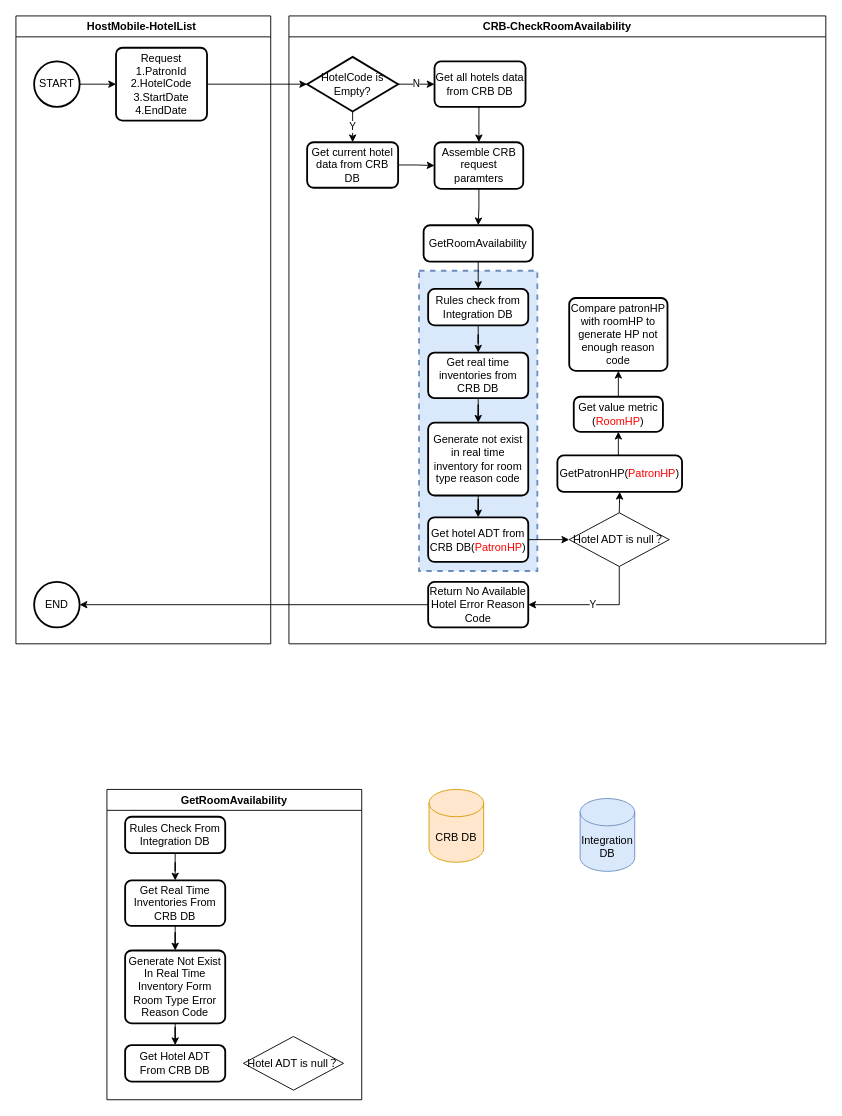
This is HotelList.drawio from xiaobao0706/drawio, a draw.io file, before an edit. Source tidied: cells renumbered, new cells numbered last; positions are measured from the earlier drawing's top-left corner, leaving out a move shared by most shapes. Both pictures are drawn from the tidied source at 91%, with x=0, y=0 at pixel (15, 15).
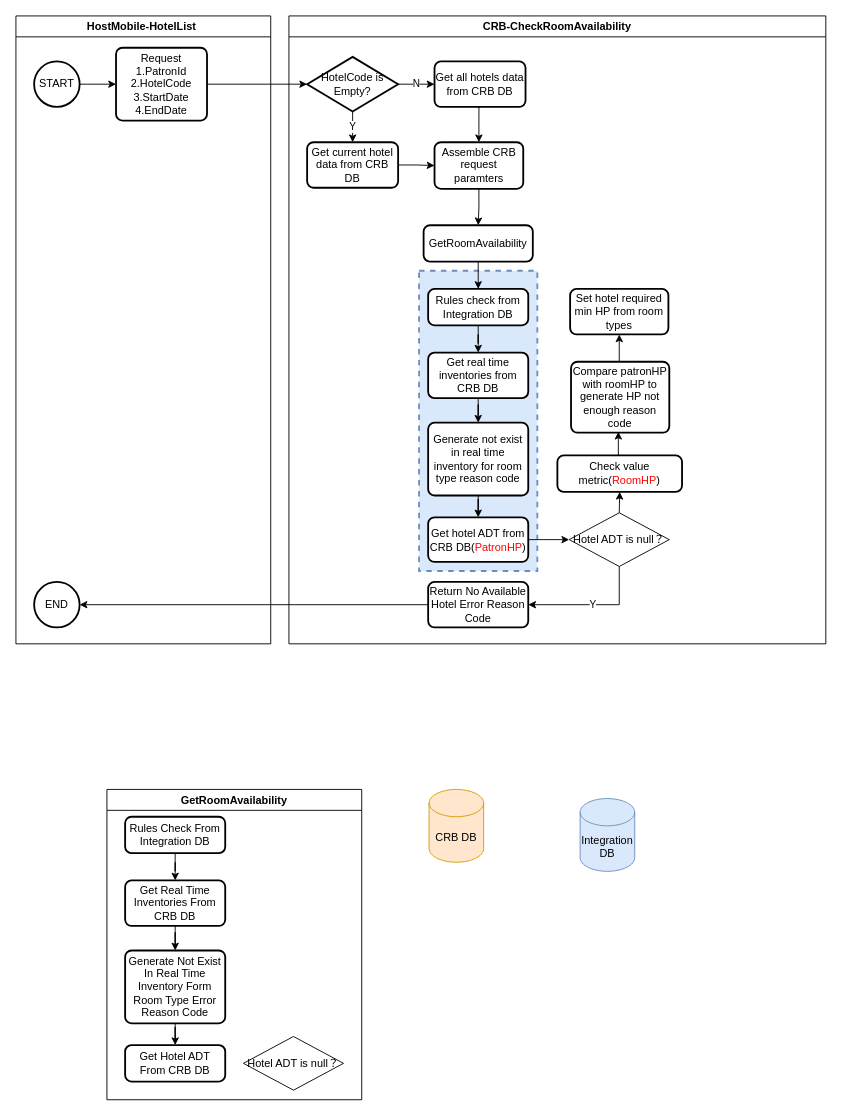
The same page after the edit.

Unchanged cells that the change refers to:
```xml
<mxCell id="7" value="CRB-CheckRoomAvailability" style="swimlane;startSize=23;" parent="1" vertex="1">
  <mxGeometry x="300" width="590" height="690" as="geometry" />
</mxCell>
```

Diff of the diagram source:
```diff
@@
-    <mxCell id="32" style="edgeStyle=orthogonalEdgeStyle;rounded=0;jettySize=auto;html=1;exitX=0.5;exitY=0;exitDx=0;exitDy=0;entryX=0.5;entryY=1;entryDx=0;entryDy=0;fontColor=#000000;" parent="7" edge="1" source="33" target="34">
-      <mxGeometry relative="1" as="geometry" />
-    </mxCell>
-    <mxCell id="33" value="&lt;font color=&quot;#000000&quot;&gt;Get value metric (&lt;/font&gt;RoomHP&lt;font color=&quot;#000000&quot;&gt;)&lt;/font&gt;" style="rounded=1;whiteSpace=wrap;html=1;absoluteArcSize=1;arcSize=14;strokeWidth=2;fontColor=#FF0000;" parent="7" vertex="1">
-      <mxGeometry x="313" y="418.5" width="98" height="38.5" as="geometry" />
-    </mxCell>
+    <mxCell id="51" style="edgeStyle=orthogonalEdgeStyle;rounded=0;jettySize=auto;html=1;exitX=0.5;exitY=0;exitDx=0;exitDy=0;entryX=0.5;entryY=1;entryDx=0;entryDy=0;fontColor=#FF0000;" parent="7" edge="1" source="34" target="52">
+      <mxGeometry relative="1" as="geometry" />
+    </mxCell>
     <mxCell id="34" value="&lt;font color=&quot;#000000&quot;&gt;Compare patronHP with roomHP to generate HP not enough reason code&lt;/font&gt;" style="rounded=1;whiteSpace=wrap;html=1;absoluteArcSize=1;arcSize=14;strokeWidth=2;fontColor=#FF0000;" parent="7" vertex="1">
-      <mxGeometry x="308" y="310" width="108" height="80" as="geometry" />
+      <mxGeometry x="310" y="380" width="108" height="78" as="geometry" />
     </mxCell>
+    <mxCell id="52" value="&lt;font color=&quot;#000000&quot;&gt;Set hotel required min HP from room types&lt;/font&gt;" style="rounded=1;whiteSpace=wrap;html=1;absoluteArcSize=1;arcSize=14;strokeWidth=2;fontColor=#FF0000;" parent="7" vertex="1">
+      <mxGeometry x="309" y="300" width="108" height="50" as="geometry" />
+    </mxCell>
@@
-    <mxCell id="48" style="edgeStyle=orthogonalEdgeStyle;rounded=0;jettySize=auto;html=1;exitX=0.5;exitY=0;exitDx=0;exitDy=0;entryX=0.5;entryY=1;entryDx=0;entryDy=0;fontColor=#FF0000;" parent="1" edge="1" source="49" target="33">
-      <mxGeometry relative="1" as="geometry" />
+    <mxCell id="48" style="edgeStyle=orthogonalEdgeStyle;rounded=0;jettySize=auto;html=1;exitX=0.5;exitY=0;exitDx=0;exitDy=0;entryX=0.5;entryY=1;entryDx=0;entryDy=0;fontColor=#FF0000;" parent="1" edge="1" source="49">
+      <mxGeometry relative="1" as="geometry">
+        <mxPoint x="662" y="457" as="targetPoint" />
+      </mxGeometry>
     </mxCell>
-    <mxCell id="49" value="GetPatronHP(&lt;font color=&quot;#ff0000&quot;&gt;PatronHP&lt;/font&gt;)" style="rounded=1;whiteSpace=wrap;html=1;absoluteArcSize=1;arcSize=14;strokeWidth=2;" parent="1" vertex="1">
+    <mxCell id="49" value="Check value metric(&lt;font color=&quot;#ff0000&quot;&gt;RoomHP&lt;/font&gt;)" style="rounded=1;whiteSpace=wrap;html=1;absoluteArcSize=1;arcSize=14;strokeWidth=2;" parent="1" vertex="1">
       <mxGeometry x="595" y="483" width="137" height="40" as="geometry" />
     </mxCell>
```
